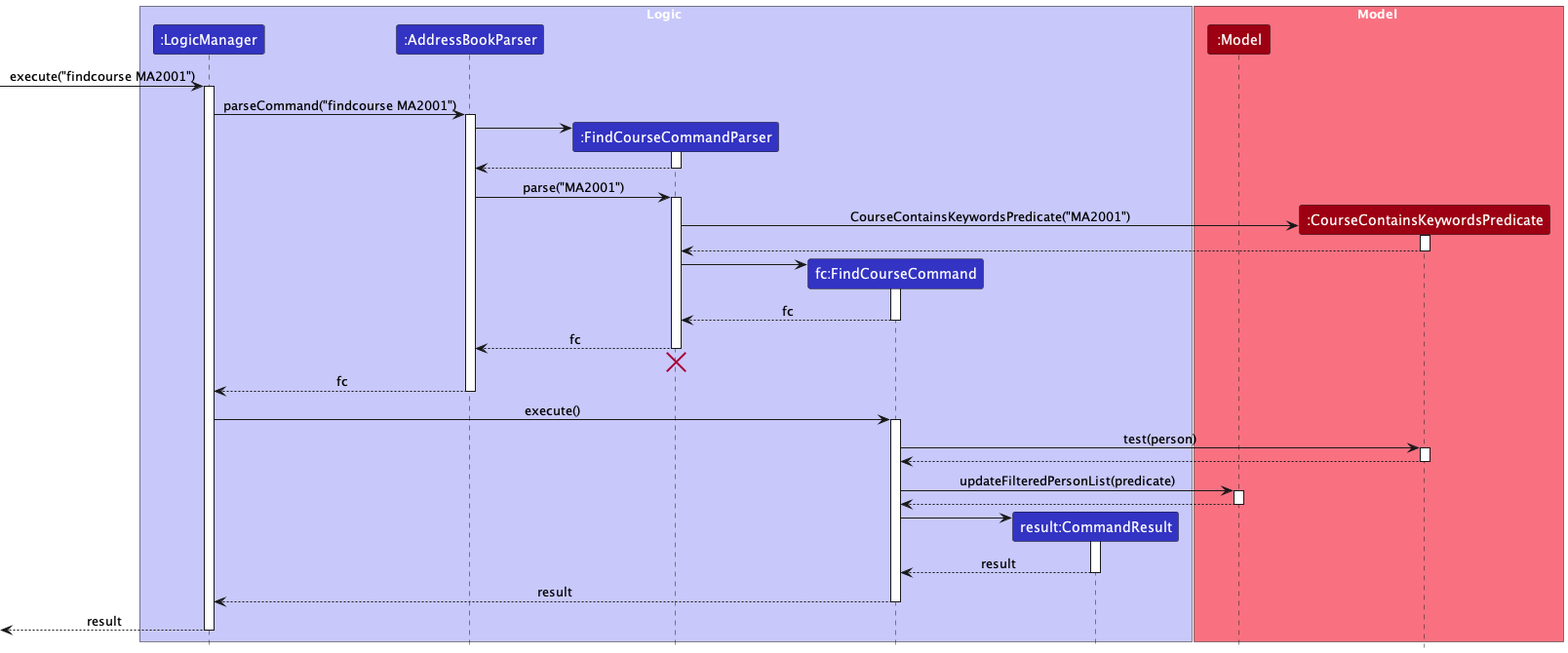
This is docs/images/FindcourseSequenceDiagram.png from tanteckfang/tp, a PlantUML export, as it was before one commit.
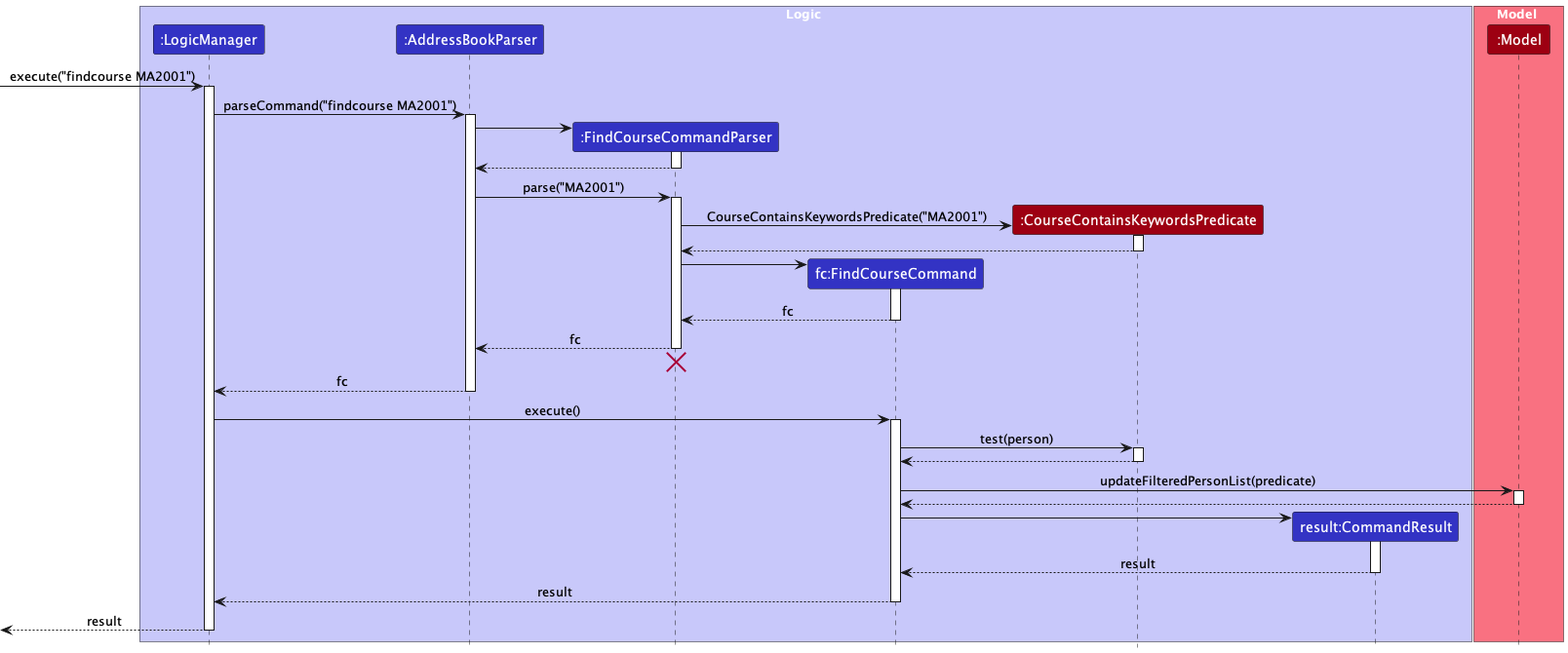
The same file after the commit.

Commit message:
edited sequence diagram in DG

The edit, as a diff of the source:
```diff
@@ -7,12 +7,13 @@
 participant ":AddressBookParser" as AddressBookParser LOGIC_COLOR
 participant ":FindCourseCommandParser" as FindCourseCommandParser LOGIC_COLOR
 participant "fc:FindCourseCommand" as FindCourseCommand LOGIC_COLOR
+participant ":CourseContainsKeywordsPredicate" as CoursePredicate MODEL_COLOR
 participant "result:CommandResult" as CommandResult LOGIC_COLOR
 end box
 
 box Model MODEL_COLOR_T1
 participant ":Model" as Model MODEL_COLOR
-participant ":CourseContainsKeywordsPredicate" as CoursePredicate MODEL_COLOR
+
 end box
 
 [-> LogicManager : execute("findcourse MA2001")
```
